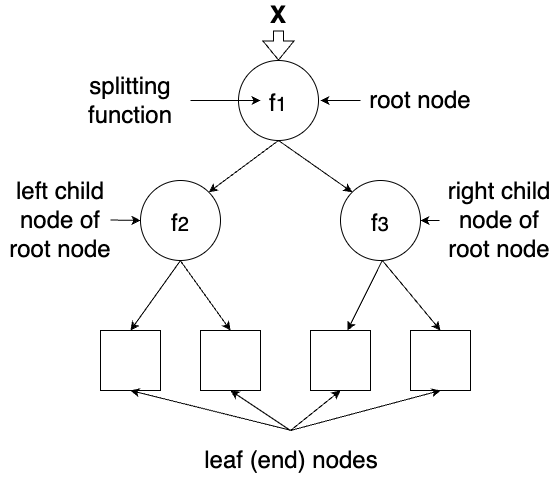
Before: Untitled Diagram.drawio.png, a diagram exported from draw.io (FanGuozheng/dftbpy). Source tidied: cells renumbered, new cells last; positions are measured from the earlier drawing's top-left corner, leaving out a move shared by most shapes.
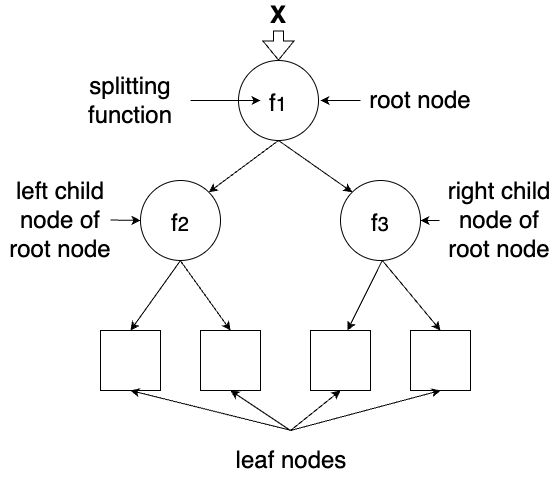
Above is the later version.

Change to the diagram source:
```diff
@@ -43,7 +43,7 @@
     <mxCell id="11" value="&lt;font style=&quot;font-size: 24px;&quot;&gt;root node&lt;/font&gt;" style="rounded=0;whiteSpace=wrap;html=1;strokeWidth=0;strokeColor=#FFFFFF;fillColor=none;" parent="1" vertex="1">
       <mxGeometry x="360" y="70" width="120" height="60" as="geometry" />
     </mxCell>
-    <mxCell id="12" value="&lt;font style=&quot;font-size: 24px;&quot;&gt;leaf (end) nodes&lt;/font&gt;" style="rounded=0;whiteSpace=wrap;html=1;strokeWidth=0;strokeColor=#FFFFFF;fillColor=none;" parent="1" vertex="1">
+    <mxCell id="12" value="&lt;font style=&quot;font-size: 24px;&quot;&gt;leaf nodes&lt;/font&gt;" style="rounded=0;whiteSpace=wrap;html=1;strokeWidth=0;strokeColor=#FFFFFF;fillColor=none;" parent="1" vertex="1">
       <mxGeometry x="190" y="430" width="202" height="60" as="geometry" />
     </mxCell>
     <mxCell id="13" value="&lt;font style=&quot;font-size: 24px;&quot;&gt;&lt;b&gt;X&lt;/b&gt;&lt;/font&gt;" style="rounded=0;whiteSpace=wrap;html=1;strokeWidth=0;strokeColor=#FFFFFF;fillColor=none;" parent="1" vertex="1">
```
